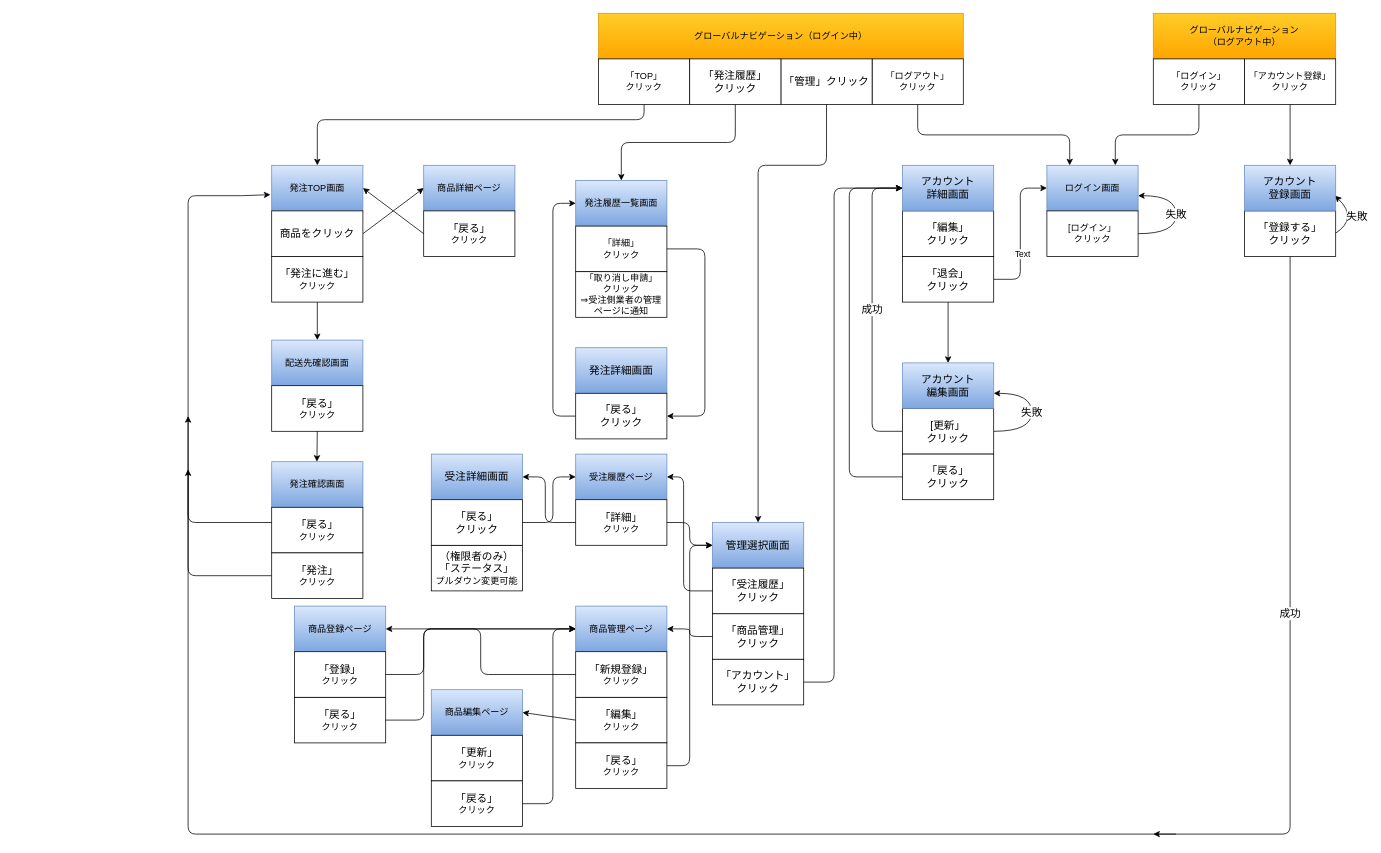
This is screen_transition3.drawio from ushimedia/catalog_task_3, a draw.io file, before an edit. Source tidied: cells renumbered, new cells numbered last; positions are measured from the earlier drawing's top-left corner, leaving out a move shared by most shapes. Both pictures are drawn from the tidied source at 76%, with x=0, y=0 at pixel (180, 13).
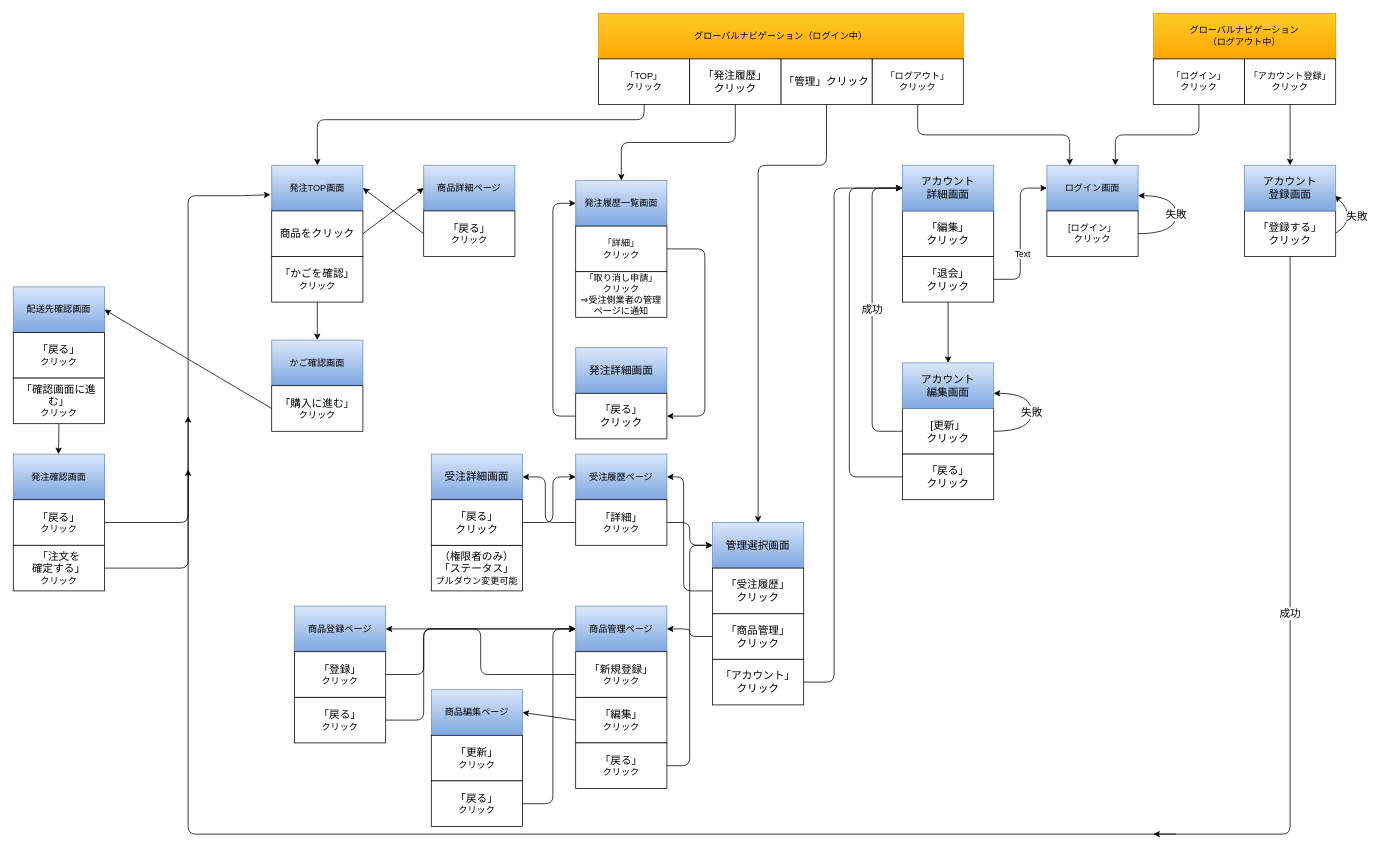
The same page after the edit.

Change to the diagram source:
```diff
@@
-    <mxCell id="45" value="&lt;span style=&quot;font-size: 14px&quot;&gt;「発注に進む」&lt;br&gt;&lt;/span&gt;クリック" style="rounded=0;whiteSpace=wrap;html=1;" parent="1" vertex="1">
+    <mxCell id="45" value="&lt;span style=&quot;font-size: 14px&quot;&gt;「かごを確認」&lt;br&gt;&lt;/span&gt;クリック" style="rounded=0;whiteSpace=wrap;html=1;" parent="1" vertex="1">
       <mxGeometry x="120" y="320" width="120" height="60" as="geometry" />
     </mxCell>
     <mxCell id="46" value="発注確認画面" style="rounded=0;whiteSpace=wrap;html=1;fillColor=#dae8fc;gradientColor=#7ea6e0;strokeColor=#6c8ebf;" parent="1" vertex="1">
-      <mxGeometry x="120" y="590" width="120" height="60" as="geometry" />
+      <mxGeometry x="-220" y="580" width="120" height="60" as="geometry" />
     </mxCell>
@@
-    <mxCell id="48" style="edgeStyle=segmentEdgeStyle;endArrow=classic;html=1;exitX=0;exitY=0.5;exitDx=0;exitDy=0;" parent="1" edge="1">
+    <mxCell id="48" style="edgeStyle=segmentEdgeStyle;endArrow=classic;html=1;exitX=1;exitY=0.5;exitDx=0;exitDy=0;" parent="1" edge="1" source="56">
       <mxGeometry relative="1" as="geometry">
-        <mxPoint x="120" y="740" as="sourcePoint" />
         <mxPoint x="10" y="600" as="targetPoint" />
       </mxGeometry>
     </mxCell>
@@
     <mxCell id="55" value="&lt;span style=&quot;font-size: 14px&quot;&gt;「戻る」&lt;br&gt;&lt;/span&gt;クリック" style="rounded=0;whiteSpace=wrap;html=1;" parent="1" vertex="1">
-      <mxGeometry x="120" y="650" width="120" height="60" as="geometry" />
+      <mxGeometry x="-220" y="640" width="120" height="60" as="geometry" />
     </mxCell>
-    <mxCell id="56" value="&lt;span style=&quot;font-size: 14px&quot;&gt;「発注」&lt;br&gt;&lt;/span&gt;クリック" style="rounded=0;whiteSpace=wrap;html=1;" parent="1" vertex="1">
-      <mxGeometry x="120" y="710" width="120" height="60" as="geometry" />
+    <mxCell id="56" value="&lt;span style=&quot;font-size: 14px&quot;&gt;「注文を&lt;br&gt;確定する」&lt;br&gt;&lt;/span&gt;クリック" style="rounded=0;whiteSpace=wrap;html=1;" parent="1" vertex="1">
+      <mxGeometry x="-220" y="700" width="120" height="60" as="geometry" />
     </mxCell>
@@
-    <mxCell id="87" style="edgeStyle=segmentEdgeStyle;endArrow=classic;html=1;exitX=0;exitY=0.5;exitDx=0;exitDy=0;" parent="1" edge="1">
+    <mxCell id="87" style="edgeStyle=segmentEdgeStyle;endArrow=classic;html=1;exitX=1;exitY=0.5;exitDx=0;exitDy=0;" parent="1" edge="1" source="55">
       <mxGeometry relative="1" as="geometry">
-        <mxPoint x="120" y="670" as="sourcePoint" />
         <mxPoint x="10" y="530" as="targetPoint" />
       </mxGeometry>
     </mxCell>
     <mxCell id="88" value="配送先確認画面" style="rounded=0;whiteSpace=wrap;html=1;fillColor=#dae8fc;gradientColor=#7ea6e0;strokeColor=#6c8ebf;" parent="1" vertex="1">
-      <mxGeometry x="120" y="430" width="120" height="60" as="geometry" />
+      <mxGeometry x="-220" y="360" width="120" height="60" as="geometry" />
     </mxCell>
     <mxCell id="89" value="&lt;span style=&quot;font-size: 14px&quot;&gt;「戻る」&lt;br&gt;&lt;/span&gt;クリック" style="rounded=0;whiteSpace=wrap;html=1;" parent="1" vertex="1">
-      <mxGeometry x="120" y="490" width="120" height="60" as="geometry" />
+      <mxGeometry x="-220" y="420" width="120" height="60" as="geometry" />
     </mxCell>
     <mxCell id="90" style="endArrow=classic;html=1;" parent="1" edge="1">
       <mxGeometry relative="1" as="geometry">
-        <mxPoint x="180" y="550" as="sourcePoint" />
-        <mxPoint x="179.5" y="590" as="targetPoint" />
+        <mxPoint x="-160" y="540" as="sourcePoint" />
+        <mxPoint x="-160.5" y="580" as="targetPoint" />
       </mxGeometry>
     </mxCell>
+    <mxCell id="91" value="かご確認画面" style="rounded=0;whiteSpace=wrap;html=1;fillColor=#dae8fc;gradientColor=#7ea6e0;strokeColor=#6c8ebf;" parent="1" vertex="1">
+      <mxGeometry x="120" y="430" width="120" height="60" as="geometry" />
+    </mxCell>
+    <mxCell id="92" value="&lt;span style=&quot;font-size: 14px&quot;&gt;「購入に進む」&lt;br&gt;&lt;/span&gt;クリック" style="rounded=0;whiteSpace=wrap;html=1;" parent="1" vertex="1">
+      <mxGeometry x="120" y="490" width="120" height="60" as="geometry" />
+    </mxCell>
+    <mxCell id="93" style="endArrow=classic;html=1;entryX=1;entryY=0.5;entryDx=0;entryDy=0;exitX=0;exitY=0.5;exitDx=0;exitDy=0;" parent="1" edge="1" source="92" target="88">
+      <mxGeometry relative="1" as="geometry" />
+    </mxCell>
+    <mxCell id="94" value="&lt;span style=&quot;font-size: 14px&quot;&gt;「確認画面に進む」&lt;br&gt;&lt;/span&gt;クリック" style="rounded=0;whiteSpace=wrap;html=1;" parent="1" vertex="1">
+      <mxGeometry x="-220" y="480" width="120" height="60" as="geometry" />
+    </mxCell>
```
